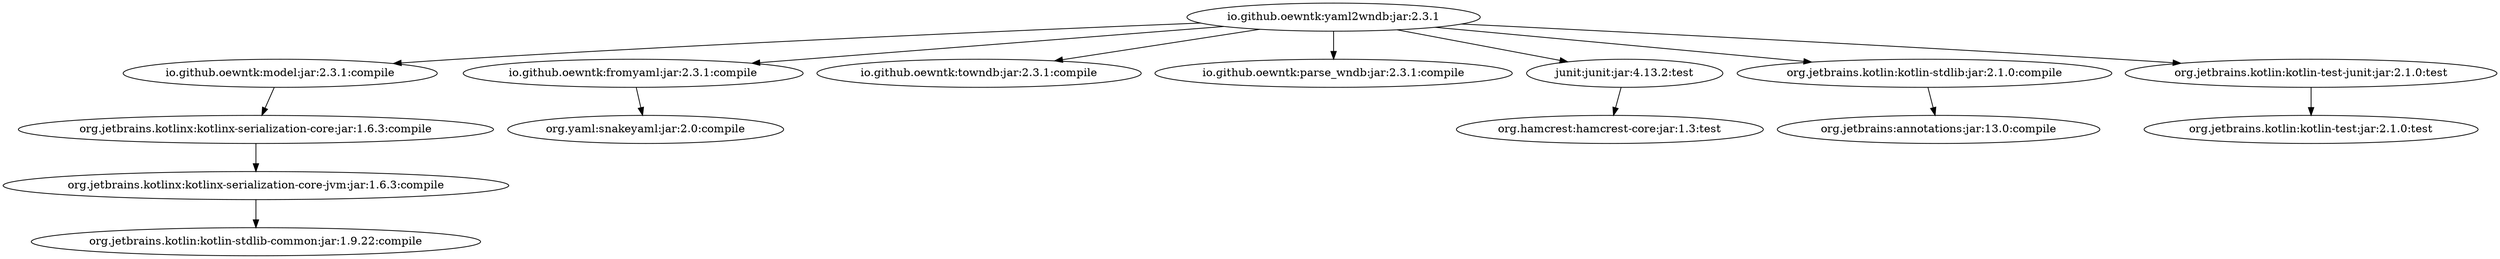
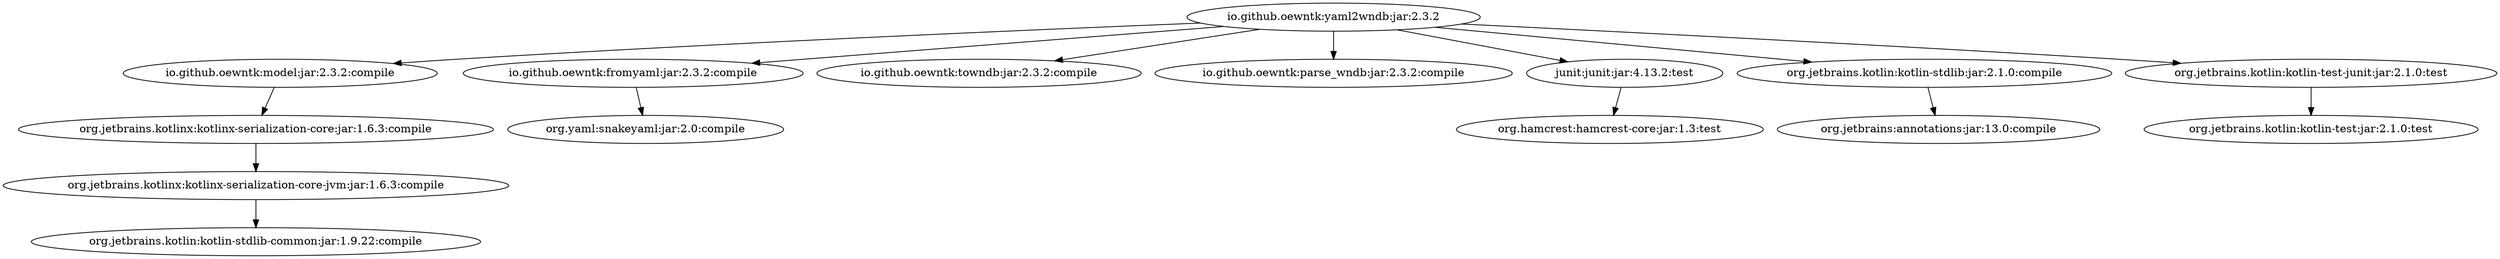
- digraph "io.github.oewntk:yaml2wndb:jar:2.3.1" {
- 	"io.github.oewntk:yaml2wndb:jar:2.3.1" -> "io.github.oewntk:model:jar:2.3.1:compile" ;
- 	"io.github.oewntk:yaml2wndb:jar:2.3.1" -> "io.github.oewntk:fromyaml:jar:2.3.1:compile" ;
- 	"io.github.oewntk:yaml2wndb:jar:2.3.1" -> "io.github.oewntk:towndb:jar:2.3.1:compile" ;
- 	"io.github.oewntk:yaml2wndb:jar:2.3.1" -> "io.github.oewntk:parse_wndb:jar:2.3.1:compile" ;
- 	"io.github.oewntk:yaml2wndb:jar:2.3.1" -> "junit:junit:jar:4.13.2:test" ;
- 	"io.github.oewntk:yaml2wndb:jar:2.3.1" -> "org.jetbrains.kotlin:kotlin-stdlib:jar:2.1.0:compile" ;
- 	"io.github.oewntk:yaml2wndb:jar:2.3.1" -> "org.jetbrains.kotlin:kotlin-test-junit:jar:2.1.0:test" ;
- 	"io.github.oewntk:model:jar:2.3.1:compile" -> "org.jetbrains.kotlinx:kotlinx-serialization-core:jar:1.6.3:compile" ;
+ digraph "io.github.oewntk:yaml2wndb:jar:2.3.2" {
+ 	"io.github.oewntk:yaml2wndb:jar:2.3.2" -> "io.github.oewntk:model:jar:2.3.2:compile" ;
+ 	"io.github.oewntk:yaml2wndb:jar:2.3.2" -> "io.github.oewntk:fromyaml:jar:2.3.2:compile" ;
+ 	"io.github.oewntk:yaml2wndb:jar:2.3.2" -> "io.github.oewntk:towndb:jar:2.3.2:compile" ;
+ 	"io.github.oewntk:yaml2wndb:jar:2.3.2" -> "io.github.oewntk:parse_wndb:jar:2.3.2:compile" ;
+ 	"io.github.oewntk:yaml2wndb:jar:2.3.2" -> "junit:junit:jar:4.13.2:test" ;
+ 	"io.github.oewntk:yaml2wndb:jar:2.3.2" -> "org.jetbrains.kotlin:kotlin-stdlib:jar:2.1.0:compile" ;
+ 	"io.github.oewntk:yaml2wndb:jar:2.3.2" -> "org.jetbrains.kotlin:kotlin-test-junit:jar:2.1.0:test" ;
+ 	"io.github.oewntk:model:jar:2.3.2:compile" -> "org.jetbrains.kotlinx:kotlinx-serialization-core:jar:1.6.3:compile" ;
	"org.jetbrains.kotlinx:kotlinx-serialization-core:jar:1.6.3:compile" -> "org.jetbrains.kotlinx:kotlinx-serialization-core-jvm:jar:1.6.3:compile" ;
	"org.jetbrains.kotlinx:kotlinx-serialization-core-jvm:jar:1.6.3:compile" -> "org.jetbrains.kotlin:kotlin-stdlib-common:jar:1.9.22:compile" ;
- 	"io.github.oewntk:fromyaml:jar:2.3.1:compile" -> "org.yaml:snakeyaml:jar:2.0:compile" ;
+ 	"io.github.oewntk:fromyaml:jar:2.3.2:compile" -> "org.yaml:snakeyaml:jar:2.0:compile" ;
	"junit:junit:jar:4.13.2:test" -> "org.hamcrest:hamcrest-core:jar:1.3:test" ;
	"org.jetbrains.kotlin:kotlin-stdlib:jar:2.1.0:compile" -> "org.jetbrains:annotations:jar:13.0:compile" ;
	"org.jetbrains.kotlin:kotlin-test-junit:jar:2.1.0:test" -> "org.jetbrains.kotlin:kotlin-test:jar:2.1.0:test" ;
 }